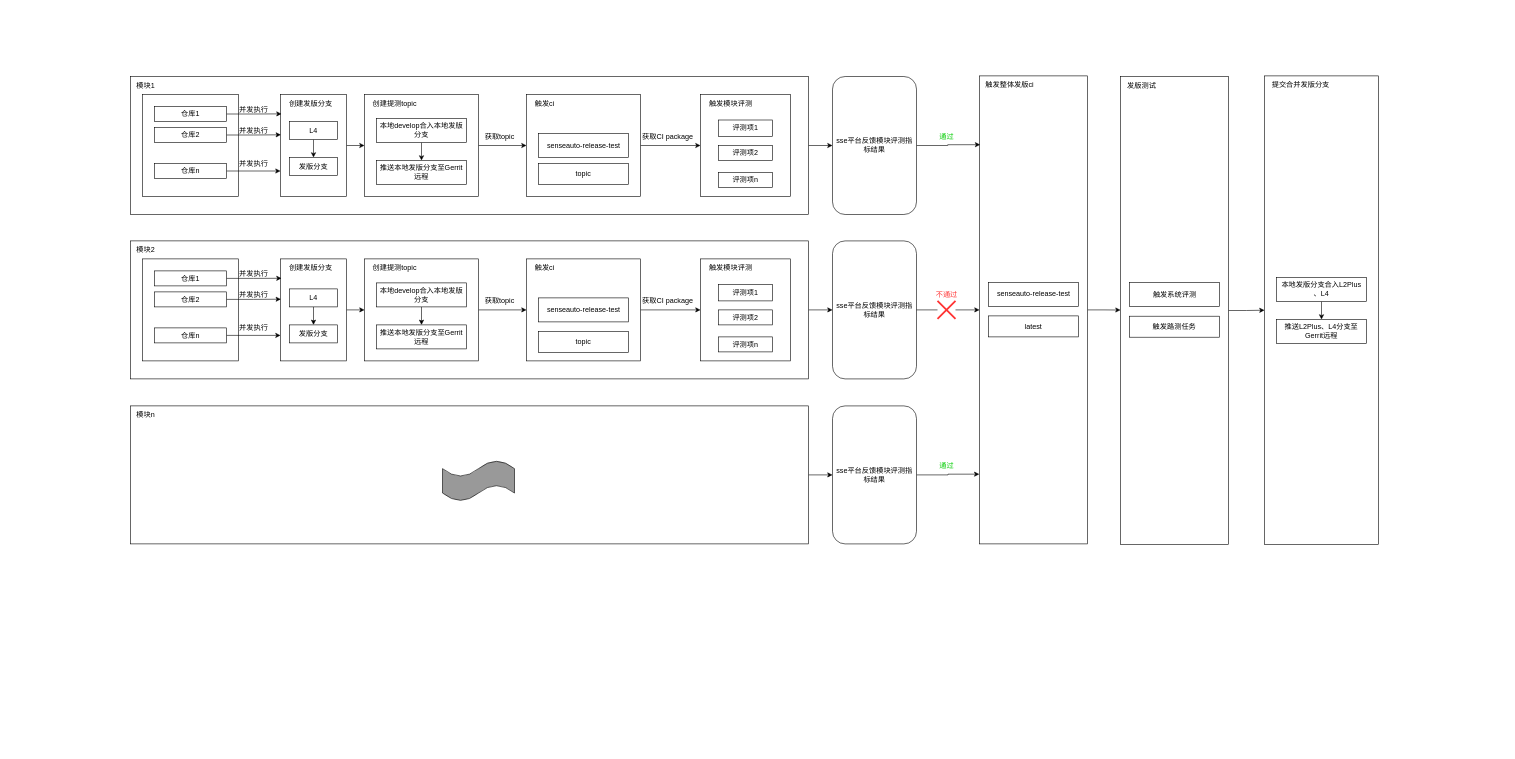
isAlbertYu/diagrams keeps this draw.io diagram as 质量平台发版优化.drawio. Above is the earlier version. Source tidied: cells renumbered, new cells numbered last; positions are measured from the earlier drawing's top-left corner, leaving out a move shared by most shapes. Both pictures are drawn from the tidied source at 60%, with x=0, y=0 at pixel (130, 76).
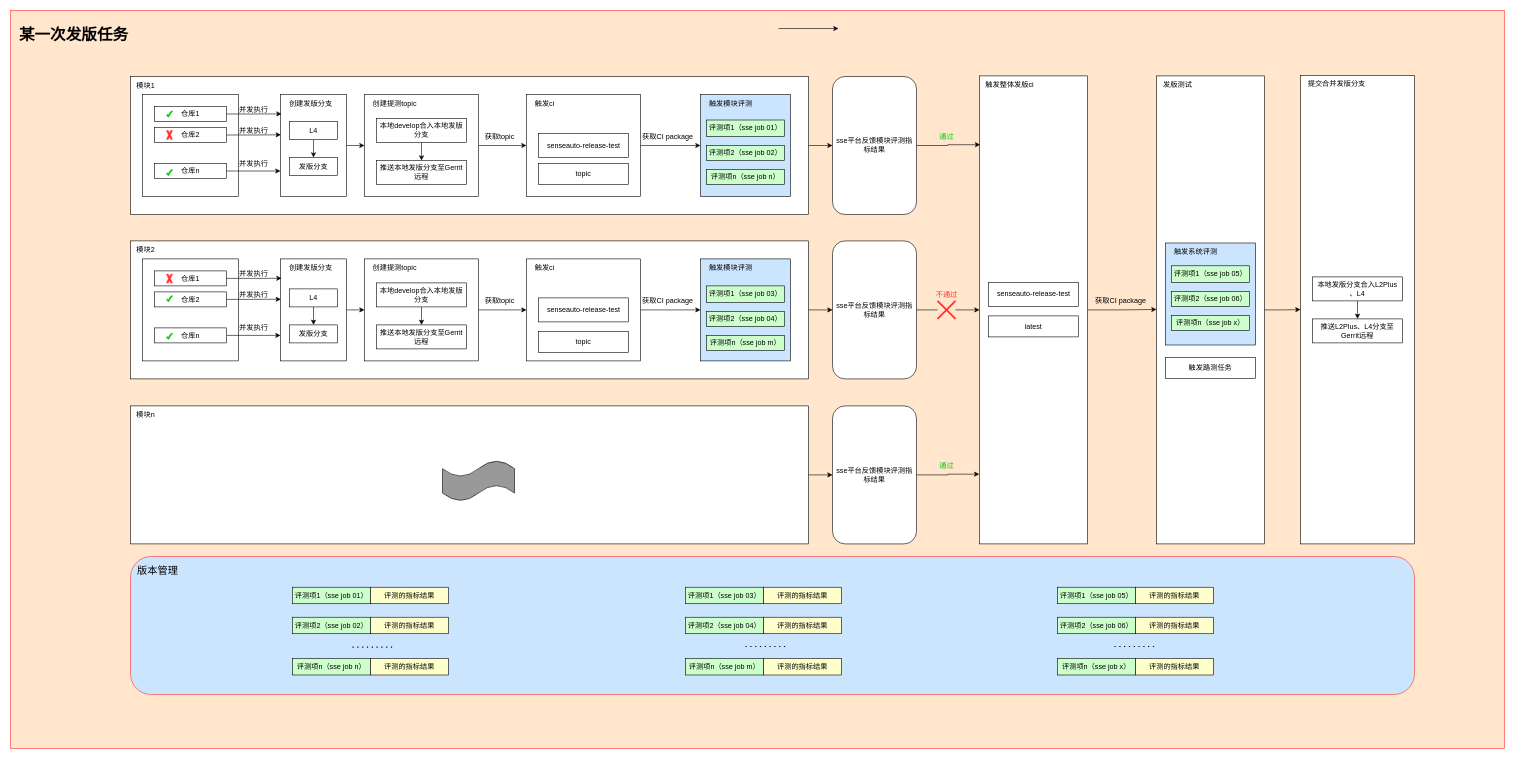
Above is the later version.

Commit message:
Update 质量平台发版优化.drawio

Diff of the diagram source:
```diff
@@
+    <mxCell id="110" style="rounded=0;whiteSpace=wrap;html=1;strokeColor=#FF3333;fillColor=#FFE6CC;" parent="1" vertex="1">
+      <mxGeometry x="-200" y="-109" width="2490" height="1230" as="geometry" />
+    </mxCell>
@@
-    <mxCell id="31" style="rounded=0;whiteSpace=wrap;html=1;" parent="1" vertex="1">
+    <mxCell id="31" style="rounded=0;whiteSpace=wrap;html=1;fillColor=#CCE5FF;" parent="1" vertex="1">
       <mxGeometry x="950" y="31" width="150" height="170" as="geometry" />
     </mxCell>
@@
-    <mxCell id="34" value="评测项1" style="rounded=0;whiteSpace=wrap;html=1;" parent="1" vertex="1">
-      <mxGeometry x="980" y="73.5" width="90" height="27.5" as="geometry" />
+    <mxCell id="34" value="评测项1（sse job 01）" style="rounded=0;whiteSpace=wrap;html=1;fillColor=#CCFFCC;" parent="1" vertex="1">
+      <mxGeometry x="960" y="73.5" width="130" height="27.5" as="geometry" />
     </mxCell>
-    <mxCell id="35" value="评测项2" style="rounded=0;whiteSpace=wrap;html=1;" parent="1" vertex="1">
-      <mxGeometry x="980" y="116" width="90" height="25" as="geometry" />
+    <mxCell id="35" value="评测项2（sse job 02）" style="rounded=0;whiteSpace=wrap;html=1;fillColor=#CCFFCC;" parent="1" vertex="1">
+      <mxGeometry x="960" y="116" width="130" height="25" as="geometry" />
     </mxCell>
-    <mxCell id="36" value="评测项n" style="rounded=0;whiteSpace=wrap;html=1;" parent="1" vertex="1">
-      <mxGeometry x="980" y="161" width="90" height="25" as="geometry" />
-    </mxCell>
@@
-    <mxCell id="71" style="rounded=0;whiteSpace=wrap;html=1;" parent="1" vertex="1">
+    <mxCell id="71" style="rounded=0;whiteSpace=wrap;html=1;fillColor=#CCE5FF;" parent="1" vertex="1">
       <mxGeometry x="950" y="305" width="150" height="170" as="geometry" />
     </mxCell>
@@
-    <mxCell id="74" value="评测项1" style="rounded=0;whiteSpace=wrap;html=1;" parent="1" vertex="1">
-      <mxGeometry x="980" y="347.5" width="90" height="27.5" as="geometry" />
-    </mxCell>
-    <mxCell id="75" value="评测项2" style="rounded=0;whiteSpace=wrap;html=1;" parent="1" vertex="1">
-      <mxGeometry x="980" y="390" width="90" height="25" as="geometry" />
-    </mxCell>
-    <mxCell id="76" value="评测项n" style="rounded=0;whiteSpace=wrap;html=1;" parent="1" vertex="1">
-      <mxGeometry x="980" y="435" width="90" height="25" as="geometry" />
-    </mxCell>
@@
     <mxCell id="99" style="rounded=0;whiteSpace=wrap;html=1;" parent="1" vertex="1">
-      <mxGeometry x="1650" y="1" width="180" height="780" as="geometry" />
+      <mxGeometry x="1710" width="180" height="780" as="geometry" />
     </mxCell>
     <mxCell id="100" value="发版测试" style="text;html=1;align=center;verticalAlign=middle;fillColor=none;strokeColor=none;rounded=0;" parent="1" vertex="1">
-      <mxGeometry x="1650" y="1" width="70" height="30" as="geometry" />
+      <mxGeometry x="1710" width="70" height="30" as="geometry" />
     </mxCell>
-    <mxCell id="101" style="rounded=0;whiteSpace=wrap;html=1;" parent="1" vertex="1">
-      <mxGeometry x="1665" y="344.5" width="150" height="40" as="geometry" />
-    </mxCell>
-    <mxCell id="102" value="&lt;span style=&quot;&quot;&gt;触发系统评测&lt;/span&gt;" style="text;html=1;align=center;verticalAlign=middle;fillColor=none;strokeColor=none;rounded=0;" parent="1" vertex="1">
-      <mxGeometry x="1690" y="349.5" width="100" height="30" as="geometry" />
-    </mxCell>
     <mxCell id="103" value="&lt;font color=&quot;#000000&quot;&gt;触发路测任务&lt;/font&gt;" style="rounded=0;whiteSpace=wrap;html=1;fontColor=#FF3333;" parent="1" vertex="1">
-      <mxGeometry x="1665" y="400.5" width="150" height="35" as="geometry" />
+      <mxGeometry x="1725" y="469" width="150" height="35" as="geometry" />
     </mxCell>
     <mxCell id="104" style="rounded=0;whiteSpace=wrap;html=1;" parent="1" vertex="1">
-      <mxGeometry x="1890" width="190" height="781" as="geometry" />
+      <mxGeometry x="1950" y="-1" width="190" height="781" as="geometry" />
     </mxCell>
     <mxCell id="105" value="提交合并发版分支" style="text;html=1;align=center;verticalAlign=middle;fillColor=none;strokeColor=none;rounded=0;" parent="1" vertex="1">
-      <mxGeometry x="1890" width="120" height="30" as="geometry" />
+      <mxGeometry x="1950" y="-1" width="120" height="30" as="geometry" />
     </mxCell>
@@
     <mxCell id="107" value="本地发版分支合入L2Plus&lt;br&gt;、L4" style="rounded=0;whiteSpace=wrap;html=1;" parent="1" vertex="1">
-      <mxGeometry x="1910" y="336" width="150" height="40" as="geometry" />
+      <mxGeometry x="1970" y="335" width="150" height="40" as="geometry" />
     </mxCell>
     <mxCell id="108" value="推送L2Plus、L4分支至Gerrit远程" style="rounded=0;whiteSpace=wrap;html=1;" parent="1" vertex="1">
-      <mxGeometry x="1910" y="406" width="150" height="40" as="geometry" />
+      <mxGeometry x="1970" y="405" width="150" height="40" as="geometry" />
     </mxCell>
@@
+    <mxCell id="111" style="verticalLabelPosition=bottom;verticalAlign=top;html=1;shape=mxgraph.basic.tick;strokeColor=#00CC00;fillColor=#00CC00;" parent="1" vertex="1">
+      <mxGeometry x="60" y="58.5" width="10" height="10" as="geometry" />
+    </mxCell>
+    <mxCell id="112" style="verticalLabelPosition=bottom;verticalAlign=top;html=1;shape=mxgraph.basic.tick;strokeColor=#00CC00;fillColor=#00CC00;" parent="1" vertex="1">
+      <mxGeometry x="60" y="156" width="10" height="10" as="geometry" />
+    </mxCell>
+    <mxCell id="113" style="verticalLabelPosition=bottom;verticalAlign=top;html=1;shape=mxgraph.basic.tick;strokeColor=#00CC00;fillColor=#00CC00;" parent="1" vertex="1">
+      <mxGeometry x="60" y="366.2" width="10" height="10" as="geometry" />
+    </mxCell>
+    <mxCell id="114" style="verticalLabelPosition=bottom;verticalAlign=top;html=1;shape=mxgraph.basic.tick;strokeColor=#00CC00;fillColor=#00CC00;" parent="1" vertex="1">
+      <mxGeometry x="60" y="428.8" width="10" height="10" as="geometry" />
+    </mxCell>
+    <mxCell id="115" style="verticalLabelPosition=bottom;verticalAlign=top;html=1;shape=mxgraph.basic.x;strokeColor=#FF3333;fillColor=#FF3333;" parent="1" vertex="1">
+      <mxGeometry x="60" y="91.2" width="10" height="14.5" as="geometry" />
+    </mxCell>
+    <mxCell id="116" style="verticalLabelPosition=bottom;verticalAlign=top;html=1;shape=mxgraph.basic.x;strokeColor=#FF3333;fillColor=#FF3333;" parent="1" vertex="1">
+      <mxGeometry x="60" y="330.5" width="10" height="14.5" as="geometry" />
+    </mxCell>
+    <mxCell id="117" style="rounded=0;whiteSpace=wrap;html=1;fillColor=#CCE5FF;" parent="1" vertex="1">
+      <mxGeometry x="1725" y="278.5" width="150" height="170" as="geometry" />
+    </mxCell>
+    <mxCell id="102" value="触发系统评测" style="text;html=1;align=center;verticalAlign=middle;fillColor=none;strokeColor=none;rounded=0;" parent="1" vertex="1">
+      <mxGeometry x="1725" y="278.5" width="100" height="30" as="geometry" />
+    </mxCell>
+    <mxCell id="118" style="rounded=1;whiteSpace=wrap;html=1;strokeColor=#FF3333;fillColor=#CCE5FF;" parent="1" vertex="1">
+      <mxGeometry y="801" width="2140" height="230" as="geometry" />
+    </mxCell>
+    <mxCell id="119" value="评测项n（sse job n）" style="rounded=0;whiteSpace=wrap;html=1;fillColor=#CCFFCC;" parent="1" vertex="1">
+      <mxGeometry x="960" y="156" width="130" height="25" as="geometry" />
+    </mxCell>
+    <mxCell id="120" value="评测项1（sse job 03）" style="rounded=0;whiteSpace=wrap;html=1;fillColor=#CCFFCC;" parent="1" vertex="1">
+      <mxGeometry x="960" y="350" width="130" height="27.5" as="geometry" />
+    </mxCell>
+    <mxCell id="121" value="评测项2（sse job 04）" style="rounded=0;whiteSpace=wrap;html=1;fillColor=#CCFFCC;" parent="1" vertex="1">
+      <mxGeometry x="960" y="392.5" width="130" height="25" as="geometry" />
+    </mxCell>
+    <mxCell id="122" value="评测项n（sse job m）" style="rounded=0;whiteSpace=wrap;html=1;fillColor=#CCFFCC;" parent="1" vertex="1">
+      <mxGeometry x="960" y="432.5" width="130" height="25" as="geometry" />
+    </mxCell>
+    <mxCell id="123" value="评测项1（sse job 05）" style="rounded=0;whiteSpace=wrap;html=1;fillColor=#CCFFCC;" parent="1" vertex="1">
+      <mxGeometry x="1735" y="316.5" width="130" height="27.5" as="geometry" />
+    </mxCell>
+    <mxCell id="124" value="评测项2（sse job 06）" style="rounded=0;whiteSpace=wrap;html=1;fillColor=#CCFFCC;" parent="1" vertex="1">
+      <mxGeometry x="1735" y="359" width="130" height="25" as="geometry" />
+    </mxCell>
+    <mxCell id="125" value="评测项n（sse job x）" style="rounded=0;whiteSpace=wrap;html=1;fillColor=#CCFFCC;" parent="1" vertex="1">
+      <mxGeometry x="1735" y="399" width="130" height="25" as="geometry" />
+    </mxCell>
+    <mxCell id="126" style="edgeStyle=orthogonalEdgeStyle;rounded=0;orthogonalLoop=1;jettySize=auto;html=1;exitX=1;exitY=0.5;exitDx=0;exitDy=0;entryX=0;entryY=0.5;entryDx=0;entryDy=0;" parent="1" edge="1">
+      <mxGeometry relative="1" as="geometry">
+        <mxPoint x="1080" y="-79" as="sourcePoint" />
+        <mxPoint x="1180" y="-79" as="targetPoint" />
+      </mxGeometry>
+    </mxCell>
+    <mxCell id="127" value="获取CI package" style="text;html=1;align=center;verticalAlign=middle;fillColor=none;strokeColor=none;rounded=0;" parent="1" vertex="1">
+      <mxGeometry x="1595" y="360" width="110" height="30" as="geometry" />
+    </mxCell>
+    <mxCell id="128" value="评测项1（sse job 01）" style="rounded=0;whiteSpace=wrap;html=1;fillColor=#CCFFCC;" parent="1" vertex="1">
+      <mxGeometry x="270" y="852.2" width="130" height="27.5" as="geometry" />
+    </mxCell>
+    <mxCell id="129" value="&lt;h1&gt;&lt;font style=&quot;font-size: 26px;&quot;&gt;某一次发版任务&lt;/font&gt;&lt;/h1&gt;" style="text;html=1;align=center;verticalAlign=middle;fillColor=none;strokeColor=none;rounded=0;" parent="1" vertex="1">
+      <mxGeometry x="-200" y="-109" width="210" height="80" as="geometry" />
+    </mxCell>
+    <mxCell id="130" value="评测的指标结果" style="rounded=0;whiteSpace=wrap;html=1;fillColor=#FFFFCC;" parent="1" vertex="1">
+      <mxGeometry x="400" y="852.2" width="130" height="27.5" as="geometry" />
+    </mxCell>
+    <mxCell id="131" value="评测项2（sse job 02）" style="rounded=0;whiteSpace=wrap;html=1;fillColor=#CCFFCC;" parent="1" vertex="1">
+      <mxGeometry x="270" y="902.2" width="130" height="27.5" as="geometry" />
+    </mxCell>
+    <mxCell id="132" value="评测的指标结果" style="rounded=0;whiteSpace=wrap;html=1;fillColor=#FFFFCC;" parent="1" vertex="1">
+      <mxGeometry x="400" y="902.2" width="130" height="27.5" as="geometry" />
+    </mxCell>
+    <mxCell id="133" value="评测项n（sse job n）" style="rounded=0;whiteSpace=wrap;html=1;fillColor=#CCFFCC;" parent="1" vertex="1">
+      <mxGeometry x="270" y="971" width="130" height="27.5" as="geometry" />
+    </mxCell>
+    <mxCell id="134" value="评测的指标结果" style="rounded=0;whiteSpace=wrap;html=1;fillColor=#FFFFCC;" parent="1" vertex="1">
+      <mxGeometry x="400" y="971" width="130" height="27.5" as="geometry" />
+    </mxCell>
+    <mxCell id="135" value="评测项1（sse job 05）" style="rounded=0;whiteSpace=wrap;html=1;fillColor=#CCFFCC;" parent="1" vertex="1">
+      <mxGeometry x="1545" y="852.2" width="130" height="27.5" as="geometry" />
+    </mxCell>
+    <mxCell id="136" value="评测的指标结果" style="rounded=0;whiteSpace=wrap;html=1;fillColor=#FFFFCC;" parent="1" vertex="1">
+      <mxGeometry x="1675" y="852.2" width="130" height="27.5" as="geometry" />
+    </mxCell>
+    <mxCell id="137" value="评测项2（sse job 06）" style="rounded=0;whiteSpace=wrap;html=1;fillColor=#CCFFCC;" parent="1" vertex="1">
+      <mxGeometry x="1545" y="902.2" width="130" height="27.5" as="geometry" />
+    </mxCell>
+    <mxCell id="138" value="评测的指标结果" style="rounded=0;whiteSpace=wrap;html=1;fillColor=#FFFFCC;" parent="1" vertex="1">
+      <mxGeometry x="1675" y="902.2" width="130" height="27.5" as="geometry" />
+    </mxCell>
+    <mxCell id="139" value="评测项1（sse job 03）" style="rounded=0;whiteSpace=wrap;html=1;fillColor=#CCFFCC;" parent="1" vertex="1">
+      <mxGeometry x="925" y="852.2" width="130" height="27.5" as="geometry" />
+    </mxCell>
+    <mxCell id="140" value="评测的指标结果" style="rounded=0;whiteSpace=wrap;html=1;fillColor=#FFFFCC;" parent="1" vertex="1">
+      <mxGeometry x="1055" y="852.2" width="130" height="27.5" as="geometry" />
+    </mxCell>
+    <mxCell id="141" value="评测项2（sse job 04）" style="rounded=0;whiteSpace=wrap;html=1;fillColor=#CCFFCC;" parent="1" vertex="1">
+      <mxGeometry x="925" y="902.2" width="130" height="27.5" as="geometry" />
+    </mxCell>
+    <mxCell id="142" value="评测的指标结果" style="rounded=0;whiteSpace=wrap;html=1;fillColor=#FFFFCC;" parent="1" vertex="1">
+      <mxGeometry x="1055" y="902.2" width="130" height="27.5" as="geometry" />
+    </mxCell>
+    <mxCell id="143" value="评测项n（sse job m）" style="rounded=0;whiteSpace=wrap;html=1;fillColor=#CCFFCC;" parent="1" vertex="1">
+      <mxGeometry x="925" y="971" width="130" height="27.5" as="geometry" />
+    </mxCell>
+    <mxCell id="144" value="评测的指标结果" style="rounded=0;whiteSpace=wrap;html=1;fillColor=#FFFFCC;" parent="1" vertex="1">
+      <mxGeometry x="1055" y="971" width="130" height="27.5" as="geometry" />
+    </mxCell>
+    <mxCell id="145" value="评测项n（sse job x）" style="rounded=0;whiteSpace=wrap;html=1;fillColor=#CCFFCC;" parent="1" vertex="1">
+      <mxGeometry x="1545" y="971" width="130" height="27.5" as="geometry" />
+    </mxCell>
+    <mxCell id="146" value="评测的指标结果" style="rounded=0;whiteSpace=wrap;html=1;fillColor=#FFFFCC;" parent="1" vertex="1">
+      <mxGeometry x="1675" y="971" width="130" height="27.5" as="geometry" />
+    </mxCell>
+    <mxCell id="147" value="版本管理" style="text;html=1;align=center;verticalAlign=middle;fillColor=none;strokeColor=none;rounded=0;fontSize=17;" parent="1" vertex="1">
+      <mxGeometry y="811" width="90" height="30" as="geometry" />
+    </mxCell>
+    <mxCell id="148" style="endArrow=none;dashed=1;html=1;dashPattern=1 3;strokeWidth=2;rounded=0;fontSize=17;" parent="1" edge="1">
+      <mxGeometry relative="1" as="geometry">
+        <mxPoint x="370" y="952.2" as="sourcePoint" />
+        <mxPoint x="440" y="952.2" as="targetPoint" />
+      </mxGeometry>
+    </mxCell>
+    <mxCell id="149" style="endArrow=none;dashed=1;html=1;dashPattern=1 3;strokeWidth=2;rounded=0;fontSize=17;" parent="1" edge="1">
+      <mxGeometry relative="1" as="geometry">
+        <mxPoint x="1025" y="951" as="sourcePoint" />
+        <mxPoint x="1095" y="951" as="targetPoint" />
+      </mxGeometry>
+    </mxCell>
+    <mxCell id="150" style="endArrow=none;dashed=1;html=1;dashPattern=1 3;strokeWidth=2;rounded=0;fontSize=17;" parent="1" edge="1">
+      <mxGeometry relative="1" as="geometry">
+        <mxPoint x="1640" y="951" as="sourcePoint" />
+        <mxPoint x="1710" y="951" as="targetPoint" />
+      </mxGeometry>
+    </mxCell>
```
